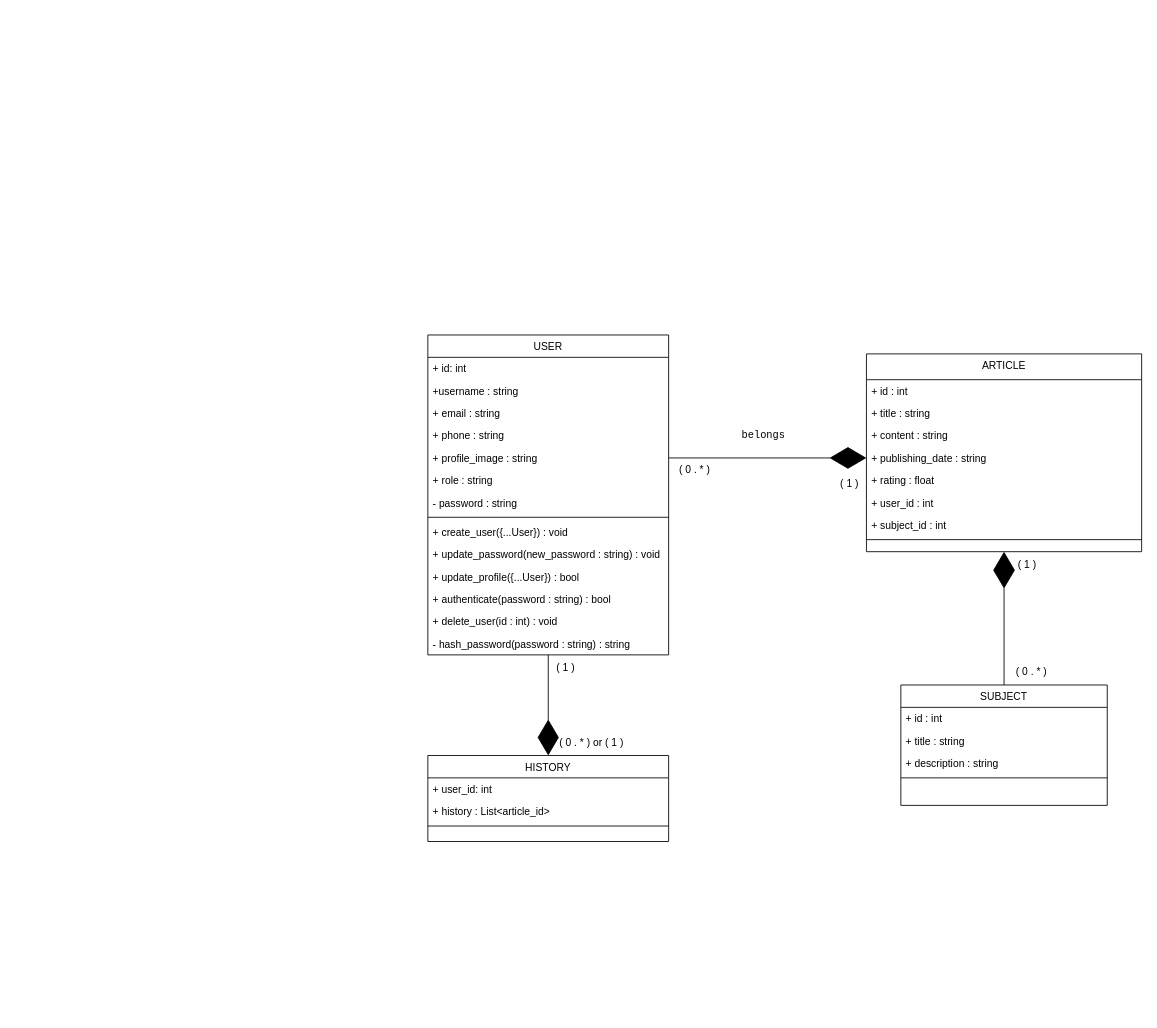
The draw.io diagram Horizon_Tech.drawio in regisx001/UML, before the edit. Source tidied: cells renumbered, new cells numbered last; positions are measured from the earlier drawing's top-left corner, leaving out a move shared by most shapes. Both pictures are drawn from the tidied source at 86%, with x=0, y=0 at pixel (427, 335).
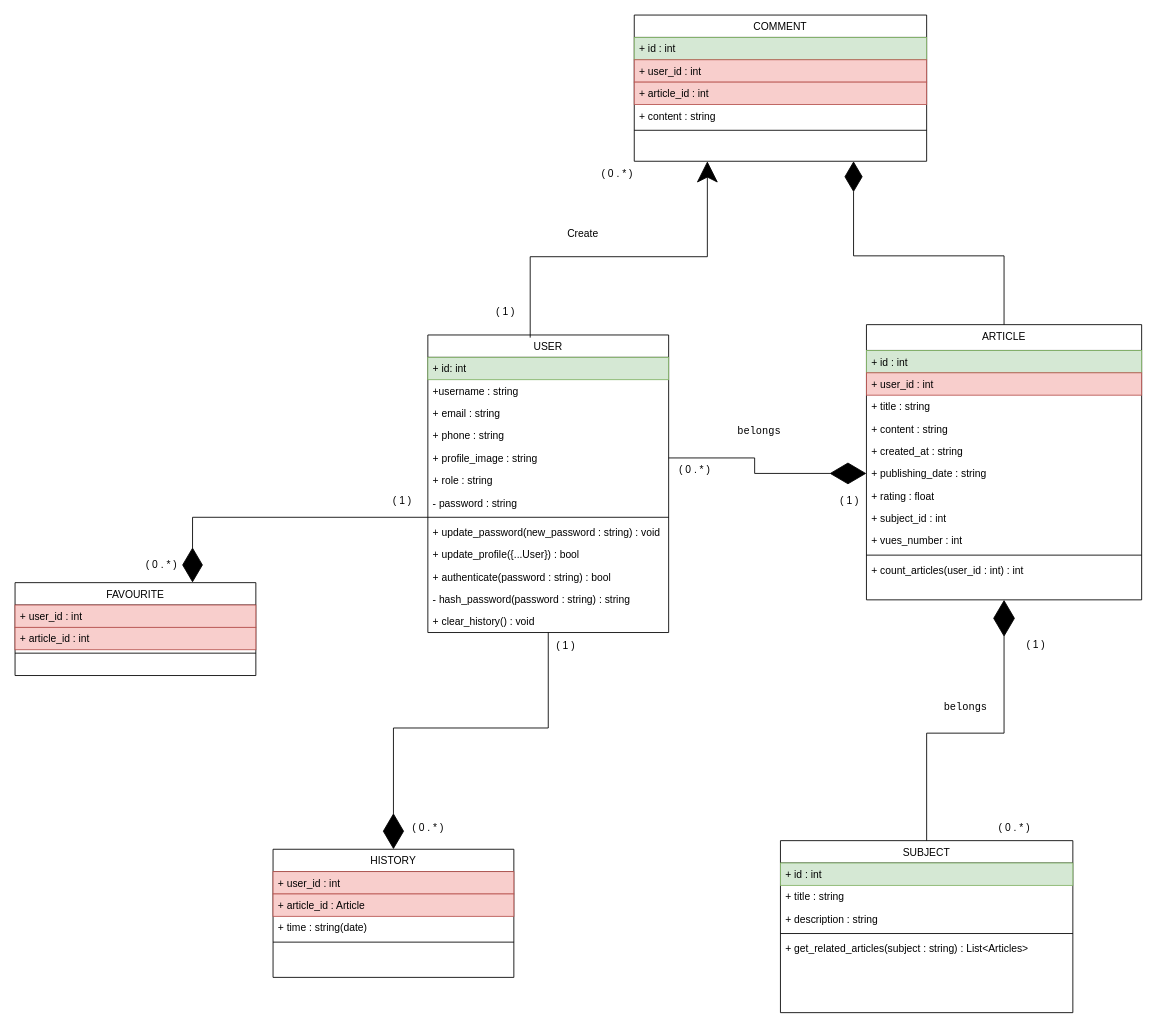
The same page after the edit.

Unchanged cells that the change refers to:
```xml
<mxCell id="22" style="line;html=1;strokeWidth=1;align=left;verticalAlign=middle;spacingTop=-1;spacingLeft=3;spacingRight=3;labelPosition=right;points=[];portConstraint=eastwest;" parent="14" vertex="1">
  <mxGeometry y="208" width="280" height="8" as="geometry" />
</mxCell>
```

The edit, as a diff of the source:
```diff
@@
     <mxCell id="2" value="SUBJECT" style="swimlane;fontStyle=0;align=center;verticalAlign=top;horizontal=1;startSize=26;rounded=0;shadow=0;strokeWidth=1;" parent="1" vertex="1">
-      <mxGeometry x="550" y="407" width="240" height="140" as="geometry" />
+      <mxGeometry x="410" y="588" width="340" height="200" as="geometry" />
     </mxCell>
-    <mxCell id="3" value="+ id : int" style="text;align=left;verticalAlign=top;spacingLeft=4;spacingRight=4;overflow=hidden;" parent="2" vertex="1">
-      <mxGeometry y="26" width="240" height="26" as="geometry" />
+    <mxCell id="3" value="+ id : int" style="text;align=left;verticalAlign=top;spacingLeft=4;spacingRight=4;overflow=hidden;fillColor=#d5e8d4;strokeColor=#82b366;" parent="2" vertex="1">
+      <mxGeometry y="26" width="340" height="26" as="geometry" />
     </mxCell>
     <mxCell id="4" value="+ title : string" style="text;align=left;verticalAlign=top;spacingLeft=4;spacingRight=4;overflow=hidden;rounded=0;shadow=0;html=0;" parent="2" vertex="1">
-      <mxGeometry y="52" width="240" height="26" as="geometry" />
+      <mxGeometry y="52" width="340" height="26" as="geometry" />
     </mxCell>
     <mxCell id="5" value="+ description : string" style="text;align=left;verticalAlign=top;spacingLeft=4;spacingRight=4;overflow=hidden;rounded=0;shadow=0;html=0;" parent="2" vertex="1">
-      <mxGeometry y="78" width="240" height="26" as="geometry" />
+      <mxGeometry y="78" width="340" height="26" as="geometry" />
     </mxCell>
     <mxCell id="6" style="line;html=1;strokeWidth=1;align=left;verticalAlign=middle;spacingTop=-1;spacingLeft=3;spacingRight=3;labelPosition=right;" parent="2" vertex="1">
-      <mxGeometry y="104" width="240" height="8" as="geometry" />
+      <mxGeometry y="104" width="340" height="8" as="geometry" />
     </mxCell>
+    <mxCell id="45" value="+ get_related_articles(subject : string) : List&lt;Articles&gt;" style="text;align=left;verticalAlign=top;spacingLeft=4;spacingRight=4;overflow=hidden;rounded=0;shadow=0;html=0;" parent="2" vertex="1">
+      <mxGeometry y="112" width="340" height="26" as="geometry" />
+    </mxCell>
     <mxCell id="7" value="HISTORY" style="swimlane;fontStyle=0;align=center;verticalAlign=top;horizontal=1;startSize=26;rounded=0;shadow=0;strokeWidth=1;" parent="1" vertex="1">
-      <mxGeometry y="489" width="280" height="100" as="geometry" />
+      <mxGeometry x="-180" y="598" width="280" height="149" as="geometry" />
     </mxCell>
-    <mxCell id="8" value="+ user_id: int" style="text;align=left;verticalAlign=top;spacingLeft=4;spacingRight=4;overflow=hidden;" parent="7" vertex="1">
+    <mxCell id="8" value="+ user_id : int" style="text;align=left;verticalAlign=top;spacingLeft=4;spacingRight=4;overflow=hidden;fillColor=#f8cecc;strokeColor=#b85450;" parent="7" vertex="1">
       <mxGeometry y="26" width="280" height="26" as="geometry" />
     </mxCell>
-    <mxCell id="9" value="+ history : List&lt;article_id&gt; " style="text;align=left;verticalAlign=top;spacingLeft=4;spacingRight=4;overflow=hidden;rounded=0;shadow=0;html=0;" parent="7" vertex="1">
-      <mxGeometry y="52" width="280" height="26" as="geometry" />
-    </mxCell>
+    <mxCell id="46" value="+ article_id : Article" style="text;align=left;verticalAlign=top;spacingLeft=4;spacingRight=4;overflow=hidden;fillColor=#f8cecc;strokeColor=#b85450;" parent="7" vertex="1">
+      <mxGeometry y="52" width="280" height="26" as="geometry" />
+    </mxCell>
+    <mxCell id="47" value="+ time : string(date)" style="text;align=left;verticalAlign=top;spacingLeft=4;spacingRight=4;overflow=hidden;" parent="7" vertex="1">
+      <mxGeometry y="78" width="280" height="26" as="geometry" />
+    </mxCell>
     <mxCell id="10" style="line;html=1;strokeWidth=1;align=left;verticalAlign=middle;spacingTop=-1;spacingLeft=3;spacingRight=3;labelPosition=right;" parent="7" vertex="1">
-      <mxGeometry y="78" width="280" height="8" as="geometry" />
+      <mxGeometry y="104" width="280" height="8" as="geometry" />
     </mxCell>
@@
     <mxCell id="12" value="( 1 )" style="text;html=1;align=center;verticalAlign=middle;strokeColor=none;fillColor=none;" parent="1" vertex="1">
-      <mxGeometry x="140" y="372" width="40" height="30" as="geometry" />
+      <mxGeometry x="140" y="347" width="40" height="30" as="geometry" />
     </mxCell>
-    <mxCell id="13" value="( 0 . * ) or ( 1 )" style="text;html=1;align=center;verticalAlign=middle;strokeColor=none;fillColor=none;" parent="1" vertex="1">
-      <mxGeometry x="140" y="459" width="100" height="30" as="geometry" />
+    <mxCell id="13" value="( 0 . * ) " style="text;html=1;align=center;verticalAlign=middle;strokeColor=none;fillColor=none;" parent="1" vertex="1">
+      <mxGeometry x="-30" y="558" width="60" height="30" as="geometry" />
     </mxCell>
     <mxCell id="14" value="USER" style="swimlane;fontStyle=0;align=center;verticalAlign=top;horizontal=1;startSize=26;rounded=0;shadow=0;strokeWidth=1;" parent="1" vertex="1">
-      <mxGeometry width="280" height="372" as="geometry" />
+      <mxGeometry width="280" height="346" as="geometry" />
     </mxCell>
-    <mxCell id="15" value="+ id: int" style="text;align=left;verticalAlign=top;spacingLeft=4;spacingRight=4;overflow=hidden;" parent="14" vertex="1">
+    <mxCell id="15" value="+ id: int" style="text;align=left;verticalAlign=top;spacingLeft=4;spacingRight=4;overflow=hidden;fillColor=#d5e8d4;strokeColor=#82b366;" parent="14" vertex="1">
       <mxGeometry y="26" width="280" height="26" as="geometry" />
     </mxCell>
@@
-    <mxCell id="23" value="+ create_user({...User}) : void" style="text;align=left;verticalAlign=top;spacingLeft=4;spacingRight=4;overflow=hidden;rounded=0;shadow=0;html=0;" parent="14" vertex="1">
-      <mxGeometry y="216" width="280" height="26" as="geometry" />
-    </mxCell>
     <mxCell id="24" value="+ update_password(new_password : string) : void" style="text;align=left;verticalAlign=top;spacingLeft=4;spacingRight=4;overflow=hidden;rounded=0;shadow=0;html=0;" parent="14" vertex="1">
-      <mxGeometry y="242" width="280" height="26" as="geometry" />
+      <mxGeometry y="216" width="280" height="26" as="geometry" />
     </mxCell>
     <mxCell id="25" value="+ update_profile({...User}) : bool" style="text;align=left;verticalAlign=top;spacingLeft=4;spacingRight=4;overflow=hidden;rounded=0;shadow=0;html=0;" parent="14" vertex="1">
-      <mxGeometry y="268" width="280" height="26" as="geometry" />
+      <mxGeometry y="242" width="280" height="26" as="geometry" />
     </mxCell>
     <mxCell id="26" value="+ authenticate(password : string) : bool" style="text;align=left;verticalAlign=top;spacingLeft=4;spacingRight=4;overflow=hidden;rounded=0;shadow=0;html=0;" parent="14" vertex="1">
-      <mxGeometry y="294" width="280" height="26" as="geometry" />
+      <mxGeometry y="268" width="280" height="26" as="geometry" />
     </mxCell>
-    <mxCell id="27" value="+ delete_user(id : int) : void" style="text;align=left;verticalAlign=top;spacingLeft=4;spacingRight=4;overflow=hidden;rounded=0;shadow=0;html=0;" parent="14" vertex="1">
-      <mxGeometry y="320" width="280" height="26" as="geometry" />
-    </mxCell>
     <mxCell id="28" value="- hash_password(password : string) : string " style="text;align=left;verticalAlign=top;spacingLeft=4;spacingRight=4;overflow=hidden;rounded=0;shadow=0;html=0;" parent="14" vertex="1">
-      <mxGeometry y="346" width="280" height="26" as="geometry" />
+      <mxGeometry y="294" width="280" height="26" as="geometry" />
     </mxCell>
+    <mxCell id="48" value="+ clear_history() : void" style="text;align=left;verticalAlign=top;spacingLeft=4;spacingRight=4;overflow=hidden;rounded=0;shadow=0;html=0;" parent="14" vertex="1">
+      <mxGeometry y="320" width="280" height="26" as="geometry" />
+    </mxCell>
@@
     <mxCell id="30" value="ARTICLE" style="swimlane;fontStyle=0;align=center;verticalAlign=top;horizontal=1;startSize=30;rounded=0;shadow=0;strokeWidth=1;" parent="1" vertex="1">
-      <mxGeometry x="510" y="22" width="320" height="230" as="geometry" />
+      <mxGeometry x="510" y="-12" width="320" height="320" as="geometry" />
     </mxCell>
-    <mxCell id="31" value="+ id : int" style="text;align=left;verticalAlign=top;spacingLeft=4;spacingRight=4;overflow=hidden;" parent="30" vertex="1">
+    <mxCell id="31" value="+ id : int" style="text;align=left;verticalAlign=top;spacingLeft=4;spacingRight=4;overflow=hidden;fillColor=#d5e8d4;strokeColor=#82b366;" parent="30" vertex="1">
       <mxGeometry y="30" width="320" height="26" as="geometry" />
     </mxCell>
+    <mxCell id="36" value="+ user_id : int" style="text;align=left;verticalAlign=top;spacingLeft=4;spacingRight=4;overflow=hidden;rounded=0;shadow=0;html=0;fillColor=#f8cecc;strokeColor=#b85450;" parent="30" vertex="1">
+      <mxGeometry y="56" width="320" height="26" as="geometry" />
+    </mxCell>
     <mxCell id="32" value="+ title : string" style="text;align=left;verticalAlign=top;spacingLeft=4;spacingRight=4;overflow=hidden;rounded=0;shadow=0;html=0;" parent="30" vertex="1">
-      <mxGeometry y="56" width="320" height="26" as="geometry" />
+      <mxGeometry y="82" width="320" height="26" as="geometry" />
     </mxCell>
     <mxCell id="33" value="+ content : string" style="text;align=left;verticalAlign=top;spacingLeft=4;spacingRight=4;overflow=hidden;rounded=0;shadow=0;html=0;" parent="30" vertex="1">
-      <mxGeometry y="82" width="320" height="26" as="geometry" />
+      <mxGeometry y="108" width="320" height="26" as="geometry" />
     </mxCell>
+    <mxCell id="49" value="+ created_at : string" style="text;align=left;verticalAlign=top;spacingLeft=4;spacingRight=4;overflow=hidden;rounded=0;shadow=0;html=0;" parent="30" vertex="1">
+      <mxGeometry y="134" width="320" height="26" as="geometry" />
+    </mxCell>
     <mxCell id="34" value="+ publishing_date : string" style="text;align=left;verticalAlign=top;spacingLeft=4;spacingRight=4;overflow=hidden;points=[[0,0.5],[1,0.5]];portConstraint=eastwest;rounded=0;shadow=0;html=0;" parent="30" vertex="1">
-      <mxGeometry y="108" width="320" height="26" as="geometry" />
+      <mxGeometry y="160" width="320" height="26" as="geometry" />
     </mxCell>
     <mxCell id="35" value="+ rating : float" style="text;align=left;verticalAlign=top;spacingLeft=4;spacingRight=4;overflow=hidden;rounded=0;shadow=0;html=0;" parent="30" vertex="1">
-      <mxGeometry y="134" width="320" height="26" as="geometry" />
+      <mxGeometry y="186" width="320" height="26" as="geometry" />
     </mxCell>
-    <mxCell id="36" value="+ user_id : int" style="text;align=left;verticalAlign=top;spacingLeft=4;spacingRight=4;overflow=hidden;rounded=0;shadow=0;html=0;" parent="30" vertex="1">
-      <mxGeometry y="160" width="320" height="26" as="geometry" />
-    </mxCell>
+    <mxCell id="50" value="+ subject_id : int" style="text;align=left;verticalAlign=top;spacingLeft=4;spacingRight=4;overflow=hidden;rounded=0;shadow=0;html=0;" parent="30" vertex="1">
+      <mxGeometry y="212" width="320" height="26" as="geometry" />
+    </mxCell>
-    <mxCell id="37" value="+ subject_id : int" style="text;align=left;verticalAlign=top;spacingLeft=4;spacingRight=4;overflow=hidden;rounded=0;shadow=0;html=0;" parent="30" vertex="1">
-      <mxGeometry y="186" width="320" height="26" as="geometry" />
+    <mxCell id="37" value="+ vues_number : int " style="text;align=left;verticalAlign=top;spacingLeft=4;spacingRight=4;overflow=hidden;rounded=0;shadow=0;html=0;" parent="30" vertex="1">
+      <mxGeometry y="238" width="320" height="26" as="geometry" />
     </mxCell>
     <mxCell id="38" style="line;html=1;strokeWidth=1;align=left;verticalAlign=middle;spacingTop=-1;spacingLeft=3;spacingRight=3;labelPosition=right;" parent="30" vertex="1">
-      <mxGeometry y="212" width="320" height="8" as="geometry" />
+      <mxGeometry y="264" width="320" height="8" as="geometry" />
     </mxCell>
+    <mxCell id="51" value="+ count_articles(user_id : int) : int&#10;&#10; " style="text;align=left;verticalAlign=top;spacingLeft=4;spacingRight=4;overflow=hidden;rounded=0;shadow=0;html=0;" parent="30" vertex="1">
+      <mxGeometry y="272" width="320" height="26" as="geometry" />
+    </mxCell>
@@
     <mxCell id="40" value="( 1 )" style="text;html=1;align=center;verticalAlign=middle;strokeColor=none;fillColor=none;" parent="1" vertex="1">
-      <mxGeometry x="470" y="158" width="40" height="30" as="geometry" />
+      <mxGeometry x="470" y="178" width="40" height="30" as="geometry" />
     </mxCell>
@@
     <mxCell id="42" value="&amp;nbsp;( 0 . * )" style="text;html=1;align=center;verticalAlign=middle;strokeColor=none;fillColor=none;" parent="1" vertex="1">
-      <mxGeometry x="670" y="377" width="60" height="30" as="geometry" />
+      <mxGeometry x="650" y="558" width="60" height="30" as="geometry" />
     </mxCell>
     <mxCell id="43" value="&amp;nbsp;( 1 )" style="text;html=1;align=center;verticalAlign=middle;strokeColor=none;fillColor=none;" parent="1" vertex="1">
-      <mxGeometry x="670" y="253" width="50" height="30" as="geometry" />
+      <mxGeometry x="680" y="346" width="50" height="30" as="geometry" />
     </mxCell>
     <mxCell id="44" value="&lt;pre dir=&quot;ltr&quot; aria-label=&quot;Texte traduit&amp;nbsp;: belongs&quot; style=&quot;text-align:left&quot; id=&quot;tw-target-text&quot; class=&quot;tw-data-text tw-text-large tw-ta&quot;&gt;&lt;span lang=&quot;en&quot; class=&quot;Y2IQFc&quot;&gt;belongs&lt;/span&gt;&lt;/pre&gt;" style="text;html=1;align=center;verticalAlign=middle;strokeColor=none;fillColor=none;" parent="1" vertex="1">
-      <mxGeometry x="355" y="92" width="70" height="50" as="geometry" />
+      <mxGeometry x="350" y="88" width="70" height="50" as="geometry" />
     </mxCell>
+    <mxCell id="52" value="FAVOURITE" style="swimlane;fontStyle=0;align=center;verticalAlign=top;horizontal=1;startSize=26;rounded=0;shadow=0;strokeWidth=1;" parent="1" vertex="1">
+      <mxGeometry x="-480" y="288" width="280" height="108" as="geometry" />
+    </mxCell>
+    <mxCell id="53" value="+ user_id : int" style="text;align=left;verticalAlign=top;spacingLeft=4;spacingRight=4;overflow=hidden;fillColor=#f8cecc;strokeColor=#b85450;" parent="52" vertex="1">
+      <mxGeometry y="26" width="280" height="26" as="geometry" />
+    </mxCell>
+    <mxCell id="54" value="+ article_id : int" style="text;align=left;verticalAlign=top;spacingLeft=4;spacingRight=4;overflow=hidden;fillColor=#f8cecc;strokeColor=#b85450;" parent="52" vertex="1">
+      <mxGeometry y="52" width="280" height="26" as="geometry" />
+    </mxCell>
+    <mxCell id="55" style="line;html=1;strokeWidth=1;align=left;verticalAlign=middle;spacingTop=-1;spacingLeft=3;spacingRight=3;labelPosition=right;" parent="52" vertex="1">
+      <mxGeometry y="78" width="280" height="8" as="geometry" />
+    </mxCell>
+    <mxCell id="56" style="edgeStyle=orthogonalEdgeStyle;rounded=0;jettySize=auto;html=1;entryX=0.737;entryY=-0.001;entryDx=0;entryDy=0;entryPerimeter=0;endArrow=diamondThin;endFill=1;endSize=38;" parent="1" edge="1" source="22" target="52">
+      <mxGeometry relative="1" as="geometry" />
+    </mxCell>
+    <mxCell id="57" value="( 0 . * ) " style="text;html=1;align=center;verticalAlign=middle;strokeColor=none;fillColor=none;" parent="1" vertex="1">
+      <mxGeometry x="-340" y="253" width="60" height="30" as="geometry" />
+    </mxCell>
+    <mxCell id="58" value="( 1 )" style="text;html=1;align=center;verticalAlign=middle;strokeColor=none;fillColor=none;" parent="1" vertex="1">
+      <mxGeometry x="-50" y="178" width="40" height="30" as="geometry" />
+    </mxCell>
+    <mxCell id="59" style="edgeStyle=orthogonalEdgeStyle;rounded=0;jettySize=auto;html=1;exitX=0.75;exitY=1;exitDx=0;exitDy=0;entryX=0.5;entryY=0;entryDx=0;entryDy=0;endArrow=none;endFill=0;startArrow=diamondThin;startFill=1;targetPerimeterSpacing=2;startSize=33;" parent="1" edge="1" source="60" target="30">
+      <mxGeometry relative="1" as="geometry" />
+    </mxCell>
+    <mxCell id="60" value="COMMENT" style="swimlane;fontStyle=0;align=center;verticalAlign=top;horizontal=1;startSize=26;rounded=0;shadow=0;strokeWidth=1;" parent="1" vertex="1">
+      <mxGeometry x="240" y="-372" width="340" height="170" as="geometry" />
+    </mxCell>
+    <mxCell id="61" value="+ id : int" style="text;align=left;verticalAlign=top;spacingLeft=4;spacingRight=4;overflow=hidden;fillColor=#d5e8d4;strokeColor=#82b366;" parent="60" vertex="1">
+      <mxGeometry y="26" width="340" height="26" as="geometry" />
+    </mxCell>
+    <mxCell id="62" value="+ user_id : int" style="text;align=left;verticalAlign=top;spacingLeft=4;spacingRight=4;overflow=hidden;fillColor=#f8cecc;strokeColor=#b85450;" parent="60" vertex="1">
+      <mxGeometry y="52" width="340" height="26" as="geometry" />
+    </mxCell>
+    <mxCell id="63" value="+ article_id : int" style="text;align=left;verticalAlign=top;spacingLeft=4;spacingRight=4;overflow=hidden;fillColor=#f8cecc;strokeColor=#b85450;" parent="60" vertex="1">
+      <mxGeometry y="78" width="340" height="26" as="geometry" />
+    </mxCell>
+    <mxCell id="64" value="+ content : string" style="text;align=left;verticalAlign=top;spacingLeft=4;spacingRight=4;overflow=hidden;rounded=0;shadow=0;html=0;" parent="60" vertex="1">
+      <mxGeometry y="104" width="340" height="26" as="geometry" />
+    </mxCell>
+    <mxCell id="65" style="line;html=1;strokeWidth=1;align=left;verticalAlign=middle;spacingTop=-1;spacingLeft=3;spacingRight=3;labelPosition=right;" parent="60" vertex="1">
+      <mxGeometry y="130" width="340" height="8" as="geometry" />
+    </mxCell>
+    <mxCell id="66" style="edgeStyle=orthogonalEdgeStyle;rounded=0;jettySize=auto;html=1;exitX=0.25;exitY=1;exitDx=0;exitDy=0;entryX=0.425;entryY=0.009;entryDx=0;entryDy=0;entryPerimeter=0;startArrow=classic;startFill=1;endArrow=none;endFill=0;endSize=9;startSize=22;" parent="1" edge="1" source="60" target="14">
+      <mxGeometry relative="1" as="geometry" />
+    </mxCell>
+    <mxCell id="67" value="( 1 )" style="text;html=1;align=center;verticalAlign=middle;strokeColor=none;fillColor=none;" parent="1" vertex="1">
+      <mxGeometry x="70" y="-42" width="40" height="30" as="geometry" />
+    </mxCell>
+    <mxCell id="68" value="( 0 . * )" style="text;html=1;align=center;verticalAlign=middle;strokeColor=none;fillColor=none;" parent="1" vertex="1">
+      <mxGeometry x="190" y="-202" width="60" height="30" as="geometry" />
+    </mxCell>
+    <mxCell id="69" value="Create" style="text;html=1;align=center;verticalAlign=middle;strokeColor=none;fillColor=none;" parent="1" vertex="1">
+      <mxGeometry x="150" y="-132" width="60" height="30" as="geometry" />
+    </mxCell>
+    <mxCell id="70" value="&lt;pre dir=&quot;ltr&quot; aria-label=&quot;Texte traduit&amp;nbsp;: belongs&quot; style=&quot;text-align:left&quot; id=&quot;tw-target-text&quot; class=&quot;tw-data-text tw-text-large tw-ta&quot;&gt;&lt;span lang=&quot;en&quot; class=&quot;Y2IQFc&quot;&gt;belongs&lt;/span&gt;&lt;/pre&gt;" style="text;html=1;align=center;verticalAlign=middle;strokeColor=none;fillColor=none;" parent="1" vertex="1">
+      <mxGeometry x="590" y="408" width="70" height="50" as="geometry" />
+    </mxCell>
```
